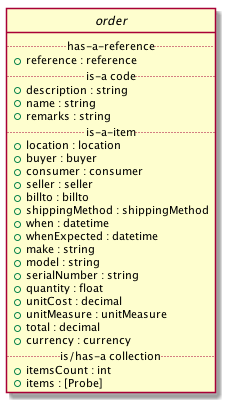
Before: images/order-class-diagram.puml.png, a diagram exported from PlantUML (EciStg/order-placement).
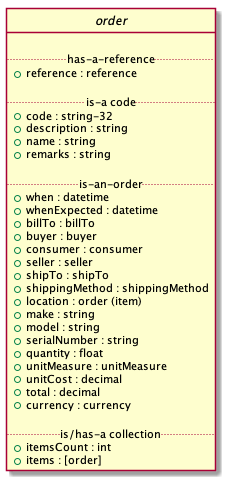
After the change.

Commit message:
order: fields are now aligned with stock.

The edit, as a diff of the source:
```diff
@@ -2,31 +2,37 @@
 hide circle
 
 interface order {
+
 .. has-a-reference ..
 {field} + reference : reference
+
 .. is-a code ..
+{field} + code : string-32
 {field} + description : string
 {field} + name : string
 {field} + remarks : string
-.. is-a-item ..
-{field} + location : location
+
+.. is-an-order ..
+{field} + when : datetime
+{field} + whenExpected : datetime
+{field} + billTo : billTo
 {field} + buyer : buyer
 {field} + consumer : consumer
 {field} + seller : seller
-{field} + billto : billto
+{field} + shipTo : shipTo
 {field} + shippingMethod : shippingMethod
-{field} + when : datetime
-{field} + whenExpected : datetime
+{field} + location : order (item)
 {field} + make : string
 {field} + model : string
 {field} + serialNumber : string
 {field} + quantity : float
+{field} + unitMeasure : unitMeasure
 {field} + unitCost : decimal
-{field} + unitMeasure : unitMeasure
 {field} + total : decimal
 {field} + currency : currency
+
 .. is/has-a collection ..
 {field} + itemsCount : int
-{field} + items : [Probe]
+{field} + items : [order]
 }
 @enduml
```
